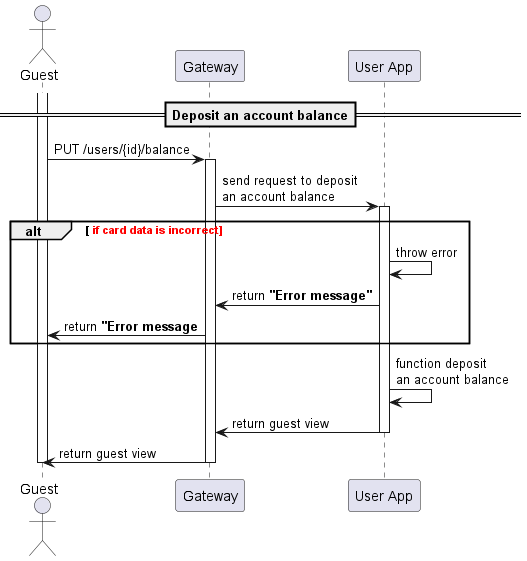
The PlantUML diagram image/balance.png in OlgaDobrodey/sequence-diagram, before a commit. Source of this version:
```plantuml
@startuml

actor "Guest" as user
participant "Gateway" as gw
participant "User App" as us

==Deposit an account balance==
    activate user
user -> gw: PUT /users/{id}/balance
    activate gw
gw -> us: send request to deposit\nan account balance
    activate us
    alt <font color=red> if card data is incorrect
us -> us: throw error
us -> gw: return <b>"Error message"
gw -> user: return <b>"Error message
   end
us -> us: function deposit\nan account balance
us -> gw: return guest view
    deactivate us
gw -> user: return guest view
    deactivate gw
    deactivate user


@enduml
```
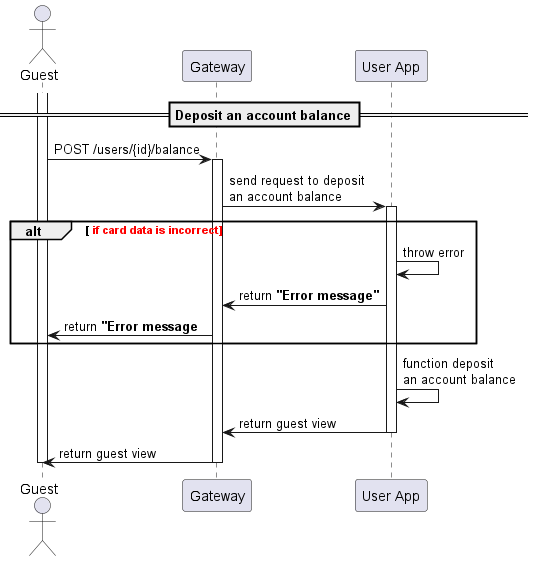
After the change.

Commit message:
after corrected Dima

Change to the diagram source:
```diff
@@ -6,7 +6,7 @@
 
 ==Deposit an account balance==
     activate user
-user -> gw: PUT /users/{id}/balance
+user -> gw: POST /users/{id}/balance
     activate gw
 gw -> us: send request to deposit\nan account balance
     activate us
```
